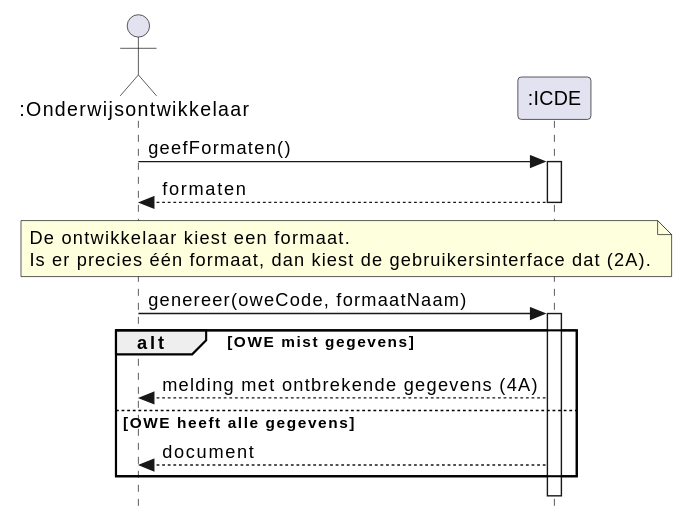
Above: docs/diagrams/ssd-uc06-genereren-document.svg in HAN-Craftsmanship-KL-JJG/casus (PlantUML), before the change.
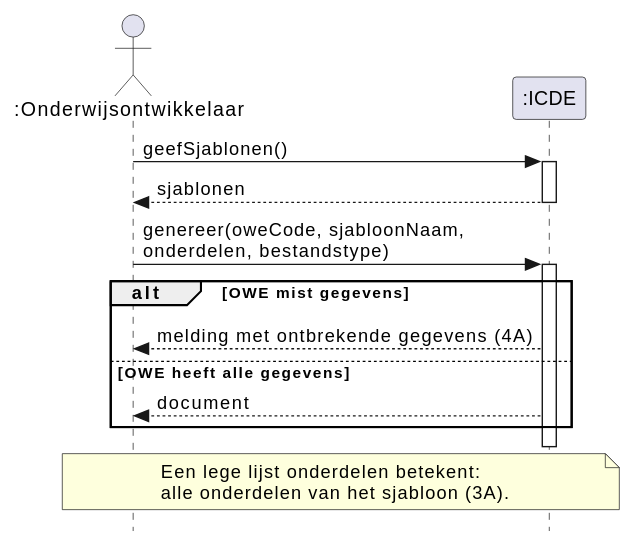
The same diagram one commit later.

What changed in the source:
```diff
@@ -7,15 +7,11 @@
 actor ":Onderwijsontwikkelaar" as ontwikkelaar
 participant ":ICDE" as icde
 
-ontwikkelaar -> icde : geefFormaten()
+ontwikkelaar -> icde : geefSjablonen()
 activate icde
-icde --> ontwikkelaar : formaten
+icde --> ontwikkelaar : sjablonen
 deactivate icde
-note over ontwikkelaar, icde
-  De ontwikkelaar kiest een formaat.
-  Is er precies één formaat, dan kiest de gebruikersinterface dat (2A).
-end note
-ontwikkelaar -> icde : genereer(oweCode, formaatNaam)
+ontwikkelaar -> icde : genereer(oweCode, sjabloonNaam,\nonderdelen, bestandstype)
 activate icde
 alt OWE mist gegevens
   icde --> ontwikkelaar : melding met ontbrekende gegevens (4A)
@@ -23,4 +19,8 @@
   icde --> ontwikkelaar : document
 end
 deactivate icde
+note over ontwikkelaar, icde
+  Een lege lijst onderdelen betekent:
+  alle onderdelen van het sjabloon (3A).
+end note
 @enduml
```
